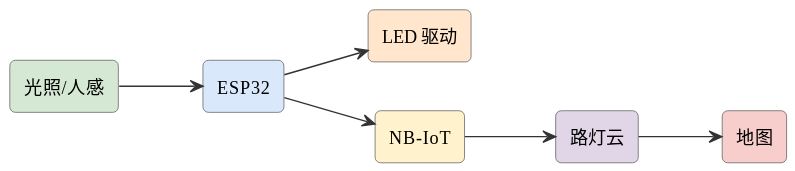
Earlier version of the PlantUML export assets/diagrams/ideas-fig61.svg (mingyi0818/IntelligentMcuCourse).
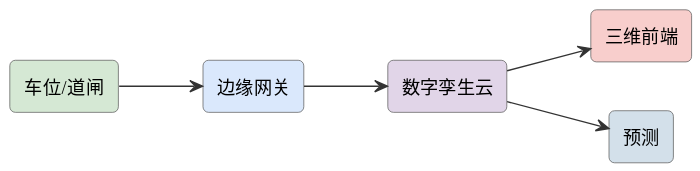
The same file after the commit.

The edit, as a diff of the source:
```diff
@@ -6,15 +6,13 @@
 skinparam arrowFontSize 11
 skinparam arrowColor #333
 left to right direction
-rectangle "光照/人感" as s #d5e8d4
-rectangle "ESP32" as esp #dae8fc
-rectangle "LED 驱动" as led #ffe6cc
-rectangle "NB-IoT" as nb #fff2cc
-rectangle "路灯云" as cloud #e1d5e8
-rectangle "地图" as map #f8cecc
-s --> esp
-esp --> led
-esp --> nb
-nb --> cloud
-cloud --> map
+rectangle "车位/道闸" as s #d5e8d4
+rectangle "边缘网关" as edge #dae8fc
+rectangle "数字孪生云" as cloud #e1d5e8
+rectangle "三维前端" as tw #f8cecc
+rectangle "预测" as plan #d3e0ea
+s --> edge
+edge --> cloud
+cloud --> tw
+cloud --> plan
 @enduml
```
